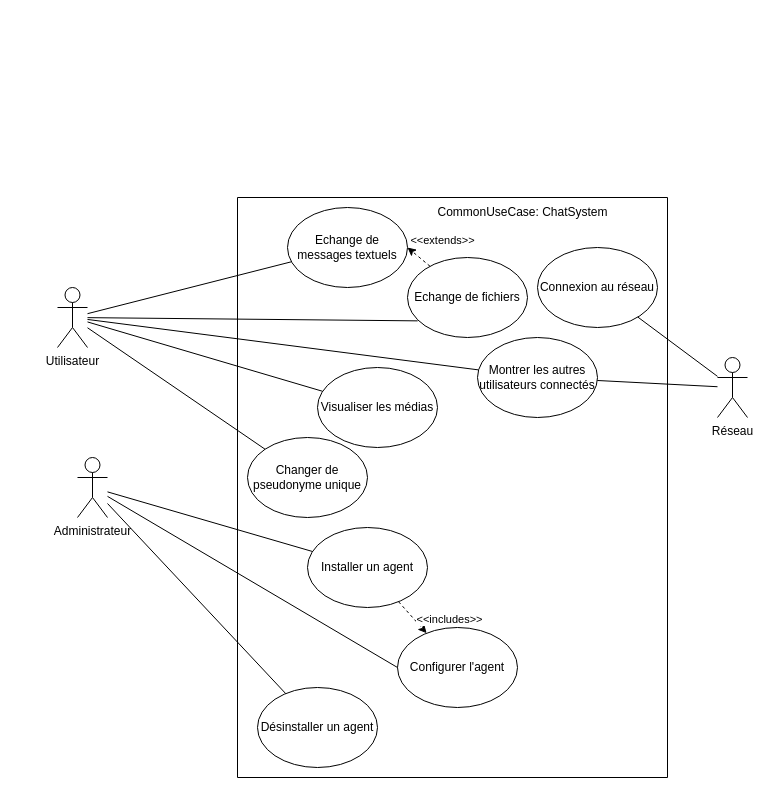
Earlier version of the draw.io diagram doc/uml/UseCaseDigram.drawio (insa-4ir-chatsystem/chatsystem-billard-slamnia). Source tidied: cells renumbered, new cells numbered last; positions are measured from the earlier drawing's top-left corner, leaving out a move shared by most shapes. Both pictures are drawn from the tidied source at 100%, with x=0, y=0 at pixel (57, 197).
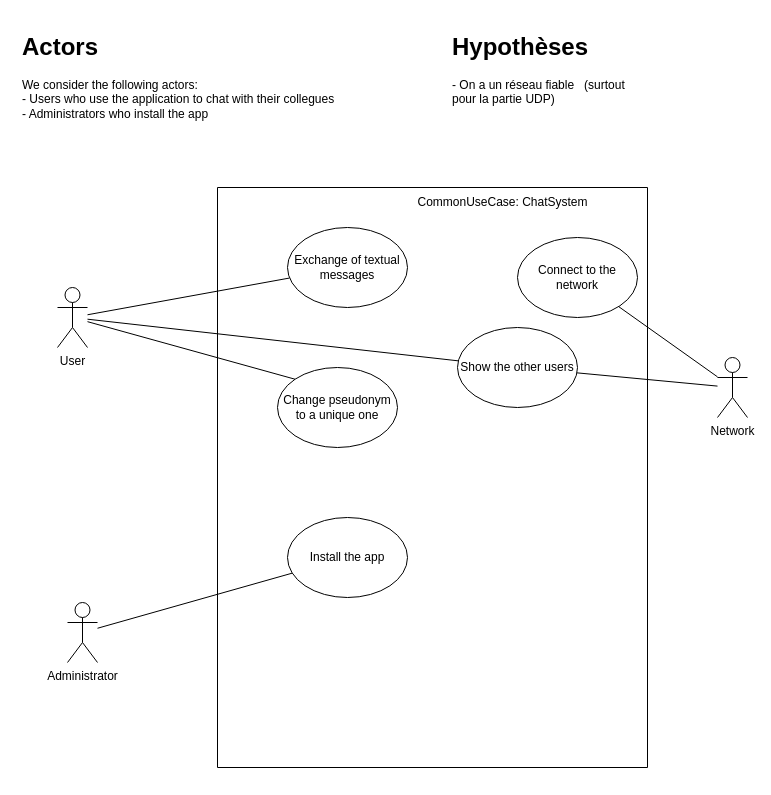
Above is the later version.

Change to the diagram source:
```diff
@@
-    <mxCell id="3" style="rounded=0;jettySize=auto;html=1;endArrow=none;endFill=0;" parent="1" edge="1" source="5" target="12">
-      <mxGeometry relative="1" as="geometry" />
-    </mxCell>
@@
-    <mxCell id="5" value="Utilisateur" style="shape=umlActor;verticalLabelPosition=bottom;verticalAlign=top;html=1;outlineConnect=0;" parent="1" vertex="1">
+    <mxCell id="5" value="User" style="shape=umlActor;verticalLabelPosition=bottom;verticalAlign=top;html=1;outlineConnect=0;" parent="1" vertex="1">
       <mxGeometry y="90" width="30" height="60" as="geometry" />
     </mxCell>
     <mxCell id="6" style="swimlane;startSize=0;" parent="1" vertex="1">
-      <mxGeometry x="180" width="430" height="580" as="geometry" />
+      <mxGeometry x="160" y="-10" width="430" height="580" as="geometry" />
     </mxCell>
@@
-    <mxCell id="8" value="Echange de messages textuels" style="ellipse;whiteSpace=wrap;html=1;" parent="6" vertex="1">
-      <mxGeometry x="50" y="10" width="120" height="80" as="geometry" />
+    <mxCell id="8" value="Exchange of textual messages" style="ellipse;whiteSpace=wrap;html=1;" parent="6" vertex="1">
+      <mxGeometry x="70" y="40" width="120" height="80" as="geometry" />
     </mxCell>
-    <mxCell id="9" value="Echange de fichiers" style="ellipse;whiteSpace=wrap;html=1;" parent="6" vertex="1">
-      <mxGeometry x="170" y="60" width="120" height="80" as="geometry" />
-    </mxCell>
-    <mxCell id="10" style="rounded=0;jettySize=auto;html=1;entryX=1;entryY=0.5;entryDx=0;entryDy=0;dashed=1;strokeWidth=1;" parent="6" edge="1" source="9" target="8">
-      <mxGeometry relative="1" as="geometry" />
-    </mxCell>
-    <mxCell id="11" value="&amp;lt;&amp;lt;extends&amp;gt;&amp;gt;" style="edgeLabel;html=1;align=center;verticalAlign=middle;" parent="10" vertex="1">
-      <mxGeometry x="-0.36" y="-5" relative="1" as="geometry">
-        <mxPoint x="16" y="-17" as="offset" />
-      </mxGeometry>
-    </mxCell>
-    <mxCell id="12" value="Visualiser les médias" style="ellipse;whiteSpace=wrap;html=1;" parent="6" vertex="1">
-      <mxGeometry x="80" y="170" width="120" height="80" as="geometry" />
-    </mxCell>
-    <mxCell id="13" value="Montrer les autres utilisateurs connectés" style="ellipse;whiteSpace=wrap;html=1;" parent="6" vertex="1">
+    <mxCell id="13" value="Show the other users" style="ellipse;whiteSpace=wrap;html=1;" parent="6" vertex="1">
       <mxGeometry x="240" y="140" width="120" height="80" as="geometry" />
     </mxCell>
-    <mxCell id="14" value="Connexion au réseau" style="ellipse;whiteSpace=wrap;html=1;" parent="6" vertex="1">
+    <mxCell id="14" value="Connect to the network" style="ellipse;whiteSpace=wrap;html=1;" parent="6" vertex="1">
       <mxGeometry x="300" y="50" width="120" height="80" as="geometry" />
     </mxCell>
-    <mxCell id="15" style="rounded=0;jettySize=auto;html=1;dashed=1;" parent="6" edge="1" source="17" target="18">
-      <mxGeometry relative="1" as="geometry" />
-    </mxCell>
-    <mxCell id="16" value="&amp;lt;&amp;lt;includes&amp;gt;&amp;gt;" style="edgeLabel;html=1;align=center;verticalAlign=middle;" parent="15" vertex="1">
-      <mxGeometry x="0.11" y="-2" relative="1" as="geometry">
-        <mxPoint x="37" y="-1" as="offset" />
-      </mxGeometry>
-    </mxCell>
-    <mxCell id="17" value="Installer un agent" style="ellipse;whiteSpace=wrap;html=1;" parent="6" vertex="1">
+    <mxCell id="17" value="Install the app" style="ellipse;whiteSpace=wrap;html=1;" parent="6" vertex="1">
       <mxGeometry x="70" y="330" width="120" height="80" as="geometry" />
     </mxCell>
-    <mxCell id="18" value="Configurer l'agent" style="ellipse;whiteSpace=wrap;html=1;" parent="6" vertex="1">
-      <mxGeometry x="160" y="430" width="120" height="80" as="geometry" />
-    </mxCell>
-    <mxCell id="19" value="Désinstaller un agent" style="ellipse;whiteSpace=wrap;html=1;" parent="6" vertex="1">
-      <mxGeometry x="20" y="490" width="120" height="80" as="geometry" />
-    </mxCell>
-    <mxCell id="20" value="&lt;div&gt;Changer de pseudonyme unique&lt;br&gt;&lt;/div&gt;" style="ellipse;whiteSpace=wrap;html=1;" parent="6" vertex="1">
-      <mxGeometry x="10" y="240" width="120" height="80" as="geometry" />
+    <mxCell id="20" value="Change pseudonym to a unique one" style="ellipse;whiteSpace=wrap;html=1;" parent="6" vertex="1">
+      <mxGeometry x="60" y="180" width="120" height="80" as="geometry" />
     </mxCell>
-    <mxCell id="21" value="Réseau" style="shape=umlActor;verticalLabelPosition=bottom;verticalAlign=top;html=1;outlineConnect=0;" parent="1" vertex="1">
+    <mxCell id="21" value="Network" style="shape=umlActor;verticalLabelPosition=bottom;verticalAlign=top;html=1;outlineConnect=0;" parent="1" vertex="1">
       <mxGeometry x="660" y="160" width="30" height="60" as="geometry" />
     </mxCell>
@@
-    <mxCell id="24" style="rounded=0;jettySize=auto;html=1;entryX=0.085;entryY=0.792;entryDx=0;entryDy=0;entryPerimeter=0;endArrow=none;endFill=0;" parent="1" edge="1" source="5" target="9">
-      <mxGeometry relative="1" as="geometry" />
-    </mxCell>
@@
-    <mxCell id="26" style="rounded=0;jettySize=auto;html=1;entryX=0;entryY=0.5;entryDx=0;entryDy=0;endArrow=none;endFill=0;" parent="1" edge="1" source="28" target="18">
-      <mxGeometry relative="1" as="geometry" />
-    </mxCell>
-    <mxCell id="27" style="rounded=0;jettySize=auto;html=1;endArrow=none;endFill=0;" parent="1" edge="1" source="28" target="19">
-      <mxGeometry relative="1" as="geometry" />
-    </mxCell>
-    <mxCell id="28" value="Administrateur" style="shape=umlActor;verticalLabelPosition=bottom;verticalAlign=top;html=1;outlineConnect=0;" parent="1" vertex="1">
-      <mxGeometry x="20" y="260" width="30" height="60" as="geometry" />
+    <mxCell id="28" value="&lt;div&gt;Administrator&lt;/div&gt;" style="shape=umlActor;verticalLabelPosition=bottom;verticalAlign=top;html=1;outlineConnect=0;" parent="1" vertex="1">
+      <mxGeometry x="10" y="405" width="30" height="60" as="geometry" />
     </mxCell>
@@
+    <mxCell id="30" value="&lt;h1&gt;Actors&lt;/h1&gt;&lt;div&gt;We consider the following actors:&lt;/div&gt;&lt;div&gt;- Users who use the application to chat with their collegues&lt;br&gt;&lt;/div&gt;&lt;div&gt;- Administrators who install the app&lt;br&gt;&lt;/div&gt;" style="text;html=1;strokeColor=none;fillColor=none;spacing=5;spacingTop=-20;whiteSpace=wrap;overflow=hidden;rounded=0;" parent="1" vertex="1">
+      <mxGeometry x="-40" y="-170" width="330" height="120" as="geometry" />
+    </mxCell>
+    <mxCell id="31" value="&lt;h1&gt;Hypothèses&lt;br&gt;&lt;/h1&gt;&lt;p&gt;- On a un réseau fiable&amp;nbsp;&amp;nbsp; (surtout pour la partie UDP)&lt;/p&gt;&lt;p&gt;&lt;br&gt;&lt;/p&gt;" style="text;html=1;strokeColor=none;fillColor=none;spacing=5;spacingTop=-20;whiteSpace=wrap;overflow=hidden;rounded=0;" parent="1" vertex="1">
+      <mxGeometry x="390" y="-170" width="190" height="120" as="geometry" />
+    </mxCell>
```
